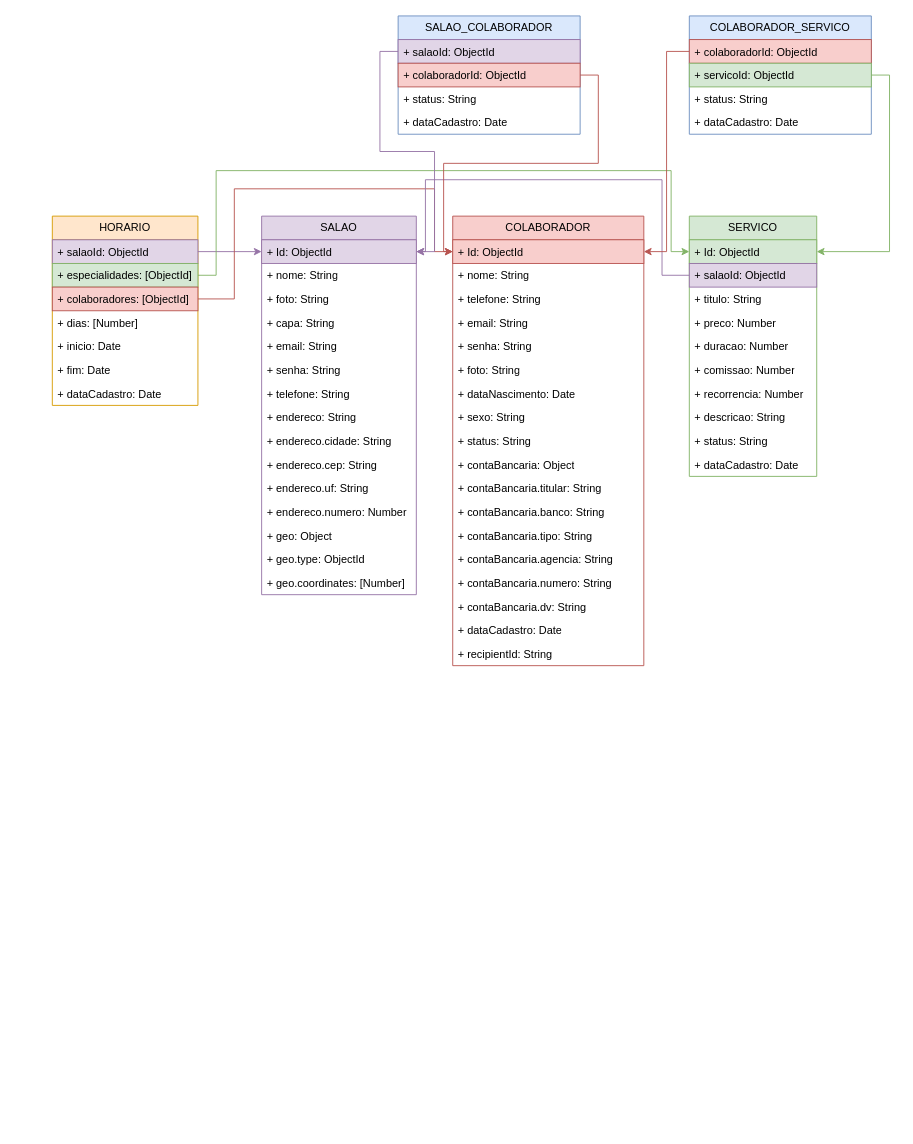
Before: CORTE ARTE.drawio in yleosamp/yleosamp, a draw.io diagram. Source tidied: cells renumbered, new cells numbered last; positions are measured from the earlier drawing's top-left corner, leaving out a move shared by most shapes. Both pictures are drawn from the tidied source at 91%, with x=0, y=0 at pixel (52, 15).
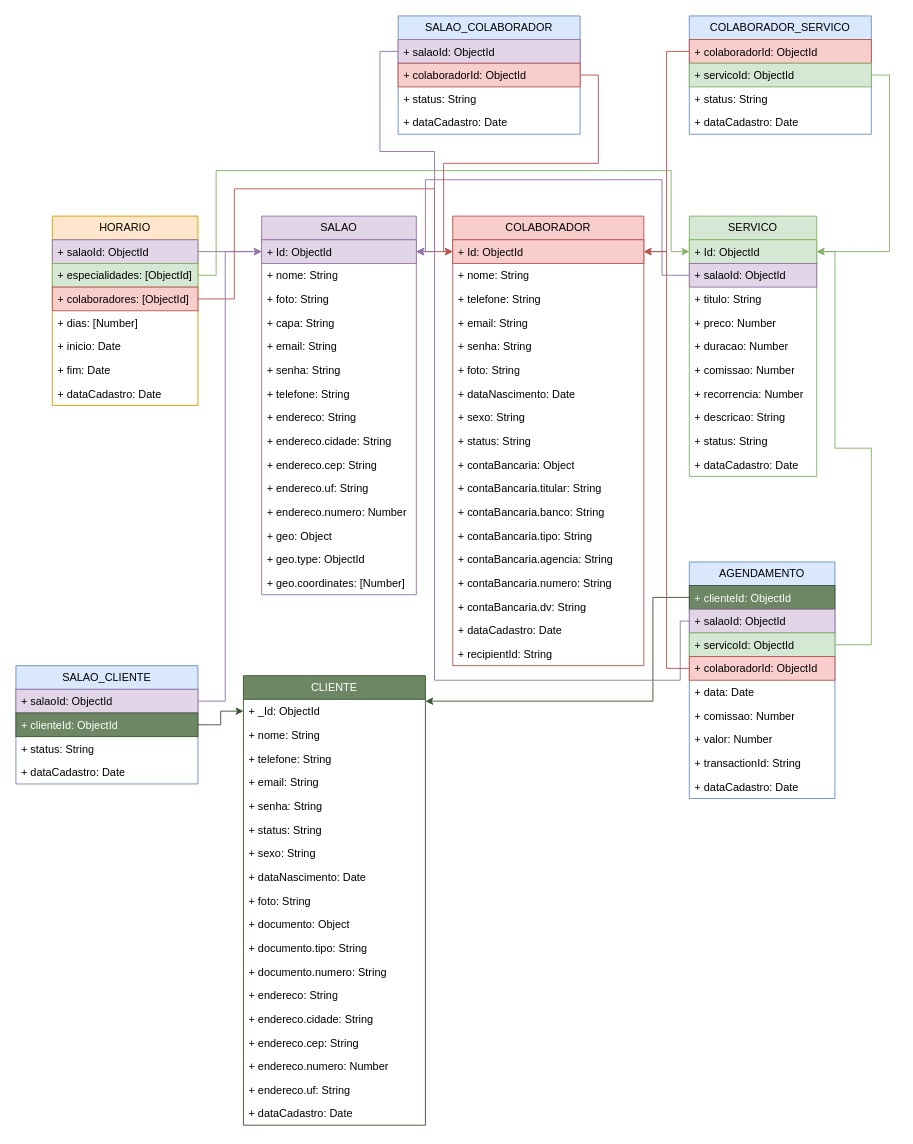
The same diagram, later.

The change refers to these unchanged cells:
```xml
<mxCell id="3" value="+ Id: ObjectId&lt;br&gt;" style="text;strokeColor=#9673a6;fillColor=#e1d5e7;align=left;verticalAlign=top;spacingLeft=4;spacingRight=4;overflow=hidden;points=[[0,0.5],[1,0.5]];portConstraint=eastwest;whiteSpace=wrap;html=1;" parent="2" vertex="1">
  <mxGeometry y="26" width="170" height="26" as="geometry" />
</mxCell>
<mxCell id="19" value="+ Id: ObjectId" style="text;strokeColor=#b85450;fillColor=#f8cecc;align=left;verticalAlign=top;spacingLeft=4;spacingRight=4;overflow=hidden;points=[[0,0.5],[1,0.5]];portConstraint=eastwest;whiteSpace=wrap;html=1;" parent="18" vertex="1">
  <mxGeometry y="26" width="210" height="26" as="geometry" />
</mxCell>
<mxCell id="38" value="+ Id: ObjectId" style="text;strokeColor=#82b366;fillColor=#d5e8d4;align=left;verticalAlign=top;spacingLeft=4;spacingRight=4;overflow=hidden;points=[[0,0.5],[1,0.5]];portConstraint=eastwest;whiteSpace=wrap;html=1;" parent="37" vertex="1">
  <mxGeometry y="26" width="140" height="26" as="geometry" />
</mxCell>
```

Diff of the diagram source:
```diff
@@
+    <mxCell id="74" value="CLIENTE" style="swimlane;fontStyle=0;horizontal=1;startSize=26;fillColor=#6d8764;whiteSpace=wrap;html=1;fontColor=#ffffff;strokeColor=#3A5431;" parent="1" vertex="1">
+      <mxGeometry x="210" y="725" width="200" height="494" as="geometry" />
+    </mxCell>
+    <mxCell id="75" value="+ _Id: ObjectId" style="text;strokeColor=none;fillColor=none;align=left;verticalAlign=top;spacingLeft=4;spacingRight=4;overflow=hidden;points=[[0,0.5],[1,0.5]];portConstraint=eastwest;whiteSpace=wrap;html=1;" parent="74" vertex="1">
+      <mxGeometry y="26" width="200" height="26" as="geometry" />
+    </mxCell>
+    <mxCell id="76" value="+ nome: String" style="text;strokeColor=none;fillColor=none;align=left;verticalAlign=top;spacingLeft=4;spacingRight=4;overflow=hidden;whiteSpace=wrap;html=1;" parent="74" vertex="1">
+      <mxGeometry y="52" width="200" height="26" as="geometry" />
+    </mxCell>
+    <mxCell id="77" value="+ telefone: String" style="text;strokeColor=none;fillColor=none;align=left;verticalAlign=top;spacingLeft=4;spacingRight=4;overflow=hidden;whiteSpace=wrap;html=1;" parent="74" vertex="1">
+      <mxGeometry y="78" width="200" height="26" as="geometry" />
+    </mxCell>
+    <mxCell id="78" value="+ email: String" style="text;strokeColor=none;fillColor=none;align=left;verticalAlign=top;spacingLeft=4;spacingRight=4;overflow=hidden;whiteSpace=wrap;html=1;" parent="74" vertex="1">
+      <mxGeometry y="104" width="200" height="26" as="geometry" />
+    </mxCell>
+    <mxCell id="79" value="+ senha: String" style="text;strokeColor=none;fillColor=none;align=left;verticalAlign=top;spacingLeft=4;spacingRight=4;overflow=hidden;whiteSpace=wrap;html=1;" parent="74" vertex="1">
+      <mxGeometry y="130" width="200" height="26" as="geometry" />
+    </mxCell>
+    <mxCell id="80" value="+ status: String" style="text;strokeColor=none;fillColor=none;align=left;verticalAlign=top;spacingLeft=4;spacingRight=4;overflow=hidden;whiteSpace=wrap;html=1;" parent="74" vertex="1">
+      <mxGeometry y="156" width="200" height="26" as="geometry" />
+    </mxCell>
+    <mxCell id="81" value="+ sexo: String" style="text;strokeColor=none;fillColor=none;align=left;verticalAlign=top;spacingLeft=4;spacingRight=4;overflow=hidden;whiteSpace=wrap;html=1;" parent="74" vertex="1">
+      <mxGeometry y="182" width="200" height="26" as="geometry" />
+    </mxCell>
+    <mxCell id="82" value="+ dataNascimento: Date" style="text;strokeColor=none;fillColor=none;align=left;verticalAlign=top;spacingLeft=4;spacingRight=4;overflow=hidden;whiteSpace=wrap;html=1;" parent="74" vertex="1">
+      <mxGeometry y="208" width="200" height="26" as="geometry" />
+    </mxCell>
+    <mxCell id="83" value="+ foto: String" style="text;strokeColor=none;fillColor=none;align=left;verticalAlign=top;spacingLeft=4;spacingRight=4;overflow=hidden;whiteSpace=wrap;html=1;" parent="74" vertex="1">
+      <mxGeometry y="234" width="200" height="26" as="geometry" />
+    </mxCell>
+    <mxCell id="84" value="+ documento: Object" style="text;strokeColor=none;fillColor=none;align=left;verticalAlign=top;spacingLeft=4;spacingRight=4;overflow=hidden;whiteSpace=wrap;html=1;" parent="74" vertex="1">
+      <mxGeometry y="260" width="200" height="26" as="geometry" />
+    </mxCell>
+    <mxCell id="85" value="+ documento.tipo: String" style="text;strokeColor=none;fillColor=none;align=left;verticalAlign=top;spacingLeft=4;spacingRight=4;overflow=hidden;whiteSpace=wrap;html=1;" parent="74" vertex="1">
+      <mxGeometry y="286" width="200" height="26" as="geometry" />
+    </mxCell>
+    <mxCell id="86" value="+ documento.numero: String" style="text;strokeColor=none;fillColor=none;align=left;verticalAlign=top;spacingLeft=4;spacingRight=4;overflow=hidden;whiteSpace=wrap;html=1;" parent="74" vertex="1">
+      <mxGeometry y="312" width="200" height="26" as="geometry" />
+    </mxCell>
+    <mxCell id="87" value="+ endereco: String" style="text;strokeColor=none;fillColor=none;align=left;verticalAlign=top;spacingLeft=4;spacingRight=4;overflow=hidden;whiteSpace=wrap;html=1;" parent="74" vertex="1">
+      <mxGeometry y="338" width="200" height="26" as="geometry" />
+    </mxCell>
+    <mxCell id="88" value="+ endereco.cidade: String" style="text;strokeColor=none;fillColor=none;align=left;verticalAlign=top;spacingLeft=4;spacingRight=4;overflow=hidden;whiteSpace=wrap;html=1;" parent="74" vertex="1">
+      <mxGeometry y="364" width="200" height="26" as="geometry" />
+    </mxCell>
+    <mxCell id="89" value="+ endereco.cep: String" style="text;strokeColor=none;fillColor=none;align=left;verticalAlign=top;spacingLeft=4;spacingRight=4;overflow=hidden;whiteSpace=wrap;html=1;" parent="74" vertex="1">
+      <mxGeometry y="390" width="200" height="26" as="geometry" />
+    </mxCell>
+    <mxCell id="90" value="+ endereco.numero: Number" style="text;strokeColor=none;fillColor=none;align=left;verticalAlign=top;spacingLeft=4;spacingRight=4;overflow=hidden;whiteSpace=wrap;html=1;" parent="74" vertex="1">
+      <mxGeometry y="416" width="200" height="26" as="geometry" />
+    </mxCell>
+    <mxCell id="91" value="+ endereco.uf: String" style="text;strokeColor=none;fillColor=none;align=left;verticalAlign=top;spacingLeft=4;spacingRight=4;overflow=hidden;whiteSpace=wrap;html=1;" parent="74" vertex="1">
+      <mxGeometry y="442" width="200" height="26" as="geometry" />
+    </mxCell>
+    <mxCell id="92" value="+ dataCadastro: Date" style="text;strokeColor=none;fillColor=none;align=left;verticalAlign=top;spacingLeft=4;spacingRight=4;overflow=hidden;whiteSpace=wrap;html=1;" parent="74" vertex="1">
+      <mxGeometry y="468" width="200" height="26" as="geometry" />
+    </mxCell>
+    <mxCell id="93" value="SALAO_CLIENTE" style="swimlane;fontStyle=0;horizontal=1;startSize=26;fillColor=#dae8fc;whiteSpace=wrap;html=1;strokeColor=#6c8ebf;" parent="1" vertex="1">
+      <mxGeometry x="-40" y="714" width="200" height="130" as="geometry" />
+    </mxCell>
+    <mxCell id="94" value="+ salaoId: ObjectId" style="text;strokeColor=#9673a6;fillColor=#e1d5e7;align=left;verticalAlign=top;spacingLeft=4;spacingRight=4;overflow=hidden;points=[[0,0.5],[1,0.5]];portConstraint=eastwest;whiteSpace=wrap;html=1;" parent="93" vertex="1">
+      <mxGeometry y="26" width="200" height="26" as="geometry" />
+    </mxCell>
+    <mxCell id="95" value="+ clienteId: ObjectId" style="text;strokeColor=#3A5431;fillColor=#6d8764;align=left;verticalAlign=top;spacingLeft=4;spacingRight=4;overflow=hidden;points=[[0,0.5],[1,0.5]];portConstraint=eastwest;whiteSpace=wrap;html=1;fontColor=#ffffff;" parent="93" vertex="1">
+      <mxGeometry y="52" width="200" height="26" as="geometry" />
+    </mxCell>
+    <mxCell id="96" value="+ status: String" style="text;strokeColor=none;fillColor=none;align=left;verticalAlign=top;spacingLeft=4;spacingRight=4;overflow=hidden;whiteSpace=wrap;html=1;" parent="93" vertex="1">
+      <mxGeometry y="78" width="200" height="26" as="geometry" />
+    </mxCell>
+    <mxCell id="97" value="+ dataCadastro: Date" style="text;strokeColor=none;fillColor=none;align=left;verticalAlign=top;spacingLeft=4;spacingRight=4;overflow=hidden;whiteSpace=wrap;html=1;" parent="93" vertex="1">
+      <mxGeometry y="104" width="200" height="26" as="geometry" />
+    </mxCell>
+    <mxCell id="98" style="edgeStyle=orthogonalEdgeStyle;rounded=0;jettySize=auto;html=1;fillColor=#6d8764;strokeColor=#3A5431;" parent="1" edge="1" source="95" target="75">
+      <mxGeometry relative="1" as="geometry" />
+    </mxCell>
+    <mxCell id="99" style="edgeStyle=orthogonalEdgeStyle;rounded=0;jettySize=auto;html=1;fillColor=#e1d5e7;strokeColor=#9673a6;" parent="1" edge="1" source="94" target="3">
+      <mxGeometry relative="1" as="geometry">
+        <Array as="points">
+          <mxPoint x="190" y="753" />
+          <mxPoint x="190" y="259" />
+        </Array>
+      </mxGeometry>
+    </mxCell>
+    <mxCell id="100" value="AGENDAMENTO" style="swimlane;fontStyle=0;horizontal=1;startSize=26;fillColor=#dae8fc;whiteSpace=wrap;html=1;strokeColor=#6c8ebf;" parent="1" vertex="1">
+      <mxGeometry x="700" y="600" width="160" height="260" as="geometry" />
+    </mxCell>
+    <mxCell id="101" value="+ clienteId: ObjectId" style="text;strokeColor=#3A5431;fillColor=#6d8764;align=left;verticalAlign=top;spacingLeft=4;spacingRight=4;overflow=hidden;points=[[0,0.5],[1,0.5]];portConstraint=eastwest;whiteSpace=wrap;html=1;fontColor=#ffffff;" parent="100" vertex="1">
+      <mxGeometry y="26" width="160" height="26" as="geometry" />
+    </mxCell>
+    <mxCell id="102" value="+ salaoId: ObjectId" style="text;strokeColor=#9673a6;fillColor=#e1d5e7;align=left;verticalAlign=top;spacingLeft=4;spacingRight=4;overflow=hidden;points=[[0,0.5],[1,0.5]];portConstraint=eastwest;whiteSpace=wrap;html=1;" parent="100" vertex="1">
+      <mxGeometry y="52" width="160" height="26" as="geometry" />
+    </mxCell>
+    <mxCell id="103" value="+ servicoId: ObjectId" style="text;strokeColor=#82b366;fillColor=#d5e8d4;align=left;verticalAlign=top;spacingLeft=4;spacingRight=4;overflow=hidden;points=[[0,0.5],[1,0.5]];portConstraint=eastwest;whiteSpace=wrap;html=1;" parent="100" vertex="1">
+      <mxGeometry y="78" width="160" height="26" as="geometry" />
+    </mxCell>
+    <mxCell id="104" value="+ colaboradorId: ObjectId" style="text;strokeColor=#b85450;fillColor=#f8cecc;align=left;verticalAlign=top;spacingLeft=4;spacingRight=4;overflow=hidden;points=[[0,0.5],[1,0.5]];portConstraint=eastwest;whiteSpace=wrap;html=1;" parent="100" vertex="1">
+      <mxGeometry y="104" width="160" height="26" as="geometry" />
+    </mxCell>
+    <mxCell id="105" value="+ data: Date" style="text;strokeColor=none;fillColor=none;align=left;verticalAlign=top;spacingLeft=4;spacingRight=4;overflow=hidden;whiteSpace=wrap;html=1;" parent="100" vertex="1">
+      <mxGeometry y="130" width="160" height="26" as="geometry" />
+    </mxCell>
+    <mxCell id="106" value="+ comissao: Number" style="text;strokeColor=none;fillColor=none;align=left;verticalAlign=top;spacingLeft=4;spacingRight=4;overflow=hidden;whiteSpace=wrap;html=1;" parent="100" vertex="1">
+      <mxGeometry y="156" width="160" height="26" as="geometry" />
+    </mxCell>
+    <mxCell id="107" value="+ valor: Number" style="text;strokeColor=none;fillColor=none;align=left;verticalAlign=top;spacingLeft=4;spacingRight=4;overflow=hidden;whiteSpace=wrap;html=1;" parent="100" vertex="1">
+      <mxGeometry y="182" width="160" height="26" as="geometry" />
+    </mxCell>
+    <mxCell id="108" value="+ transactionId: String" style="text;strokeColor=none;fillColor=none;align=left;verticalAlign=top;spacingLeft=4;spacingRight=4;overflow=hidden;whiteSpace=wrap;html=1;" parent="100" vertex="1">
+      <mxGeometry y="208" width="160" height="26" as="geometry" />
+    </mxCell>
+    <mxCell id="109" value="+ dataCadastro: Date" style="text;strokeColor=none;fillColor=none;align=left;verticalAlign=top;spacingLeft=4;spacingRight=4;overflow=hidden;whiteSpace=wrap;html=1;" parent="100" vertex="1">
+      <mxGeometry y="234" width="160" height="26" as="geometry" />
+    </mxCell>
+    <mxCell id="110" style="edgeStyle=orthogonalEdgeStyle;rounded=0;jettySize=auto;html=1;fillColor=#6d8764;strokeColor=#3A5431;" parent="1" edge="1" source="101" target="75">
+      <mxGeometry relative="1" as="geometry">
+        <Array as="points">
+          <mxPoint x="660" y="639" />
+          <mxPoint x="660" y="753" />
+        </Array>
+      </mxGeometry>
+    </mxCell>
+    <mxCell id="111" style="edgeStyle=orthogonalEdgeStyle;rounded=0;jettySize=auto;html=1;fillColor=#e1d5e7;strokeColor=#9673a6;" parent="1" edge="1" source="102" target="3">
+      <mxGeometry relative="1" as="geometry">
+        <Array as="points">
+          <mxPoint x="690" y="665" />
+          <mxPoint x="690" y="730" />
+          <mxPoint x="420" y="730" />
+          <mxPoint x="420" y="259" />
+        </Array>
+      </mxGeometry>
+    </mxCell>
+    <mxCell id="112" style="edgeStyle=orthogonalEdgeStyle;rounded=0;jettySize=auto;html=1;fillColor=#d5e8d4;strokeColor=#82b366;" parent="1" edge="1" source="103" target="38">
+      <mxGeometry relative="1" as="geometry">
+        <Array as="points">
+          <mxPoint x="900" y="691" />
+          <mxPoint x="900" y="475" />
+          <mxPoint x="860" y="475" />
+          <mxPoint x="860" y="259" />
+        </Array>
+      </mxGeometry>
+    </mxCell>
+    <mxCell id="113" style="edgeStyle=orthogonalEdgeStyle;rounded=0;jettySize=auto;html=1;fillColor=#f8cecc;strokeColor=#b85450;" parent="1" edge="1" source="104" target="19">
+      <mxGeometry relative="1" as="geometry" />
+    </mxCell>
```
